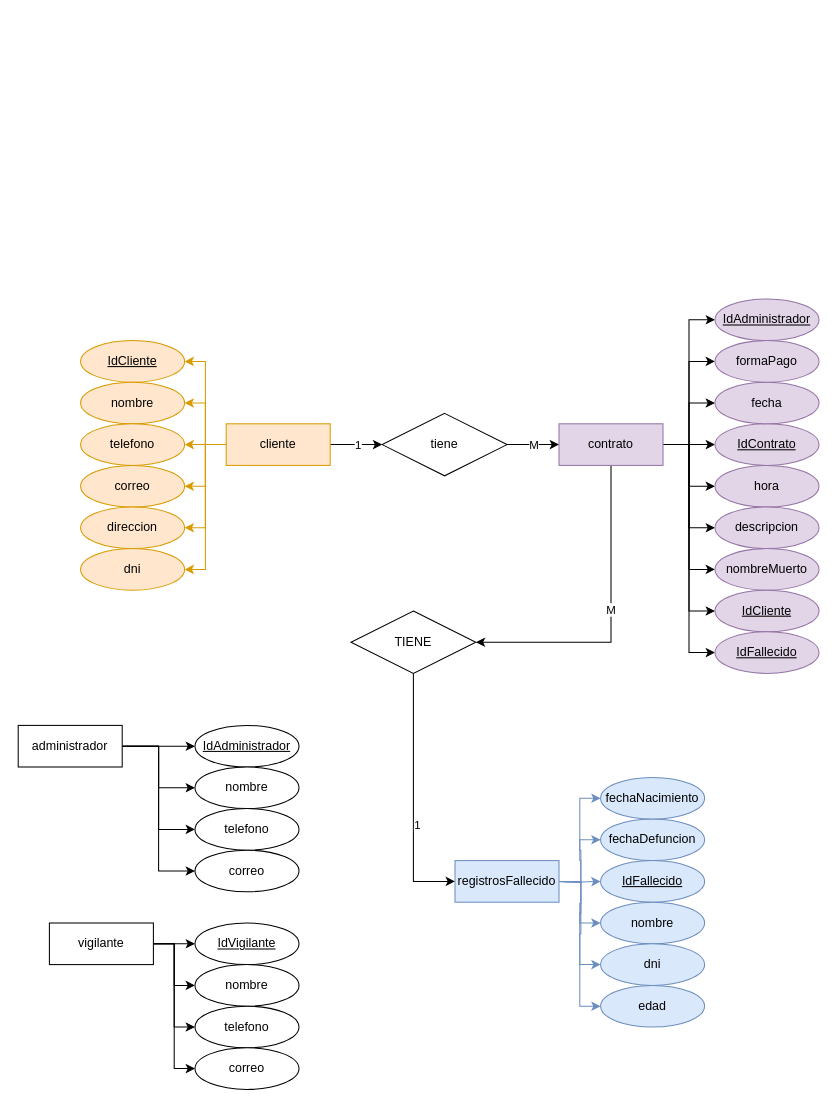
Above: cementerio.drawio in jhosue-pstr/diagrama-Bd (draw.io), before the change. Source tidied: cells renumbered, new cells numbered last; positions are measured from the earlier drawing's top-left corner, leaving out a move shared by most shapes. Both pictures are drawn from the tidied source at 104%, with x=0, y=0 at pixel (18, 298).
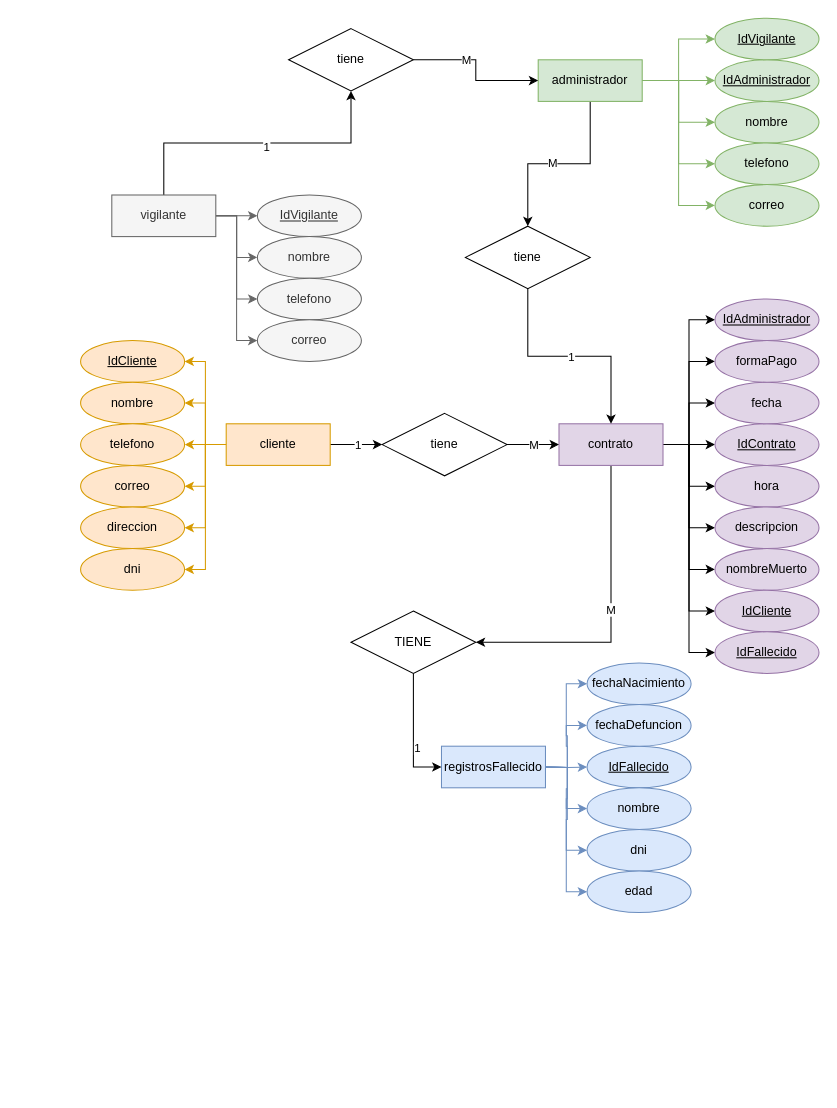
After the change.

The change refers to these unchanged cells:
```xml
<mxCell id="39" value="contrato" style="whiteSpace=wrap;html=1;align=center;fillColor=#e1d5e7;strokeColor=#9673a6;" parent="1" vertex="1">
  <mxGeometry x="520" y="120" width="100" height="40" as="geometry" />
</mxCell>
```

The edit, as a diff of the source:
```diff
@@
-    <mxCell id="11" style="edgeStyle=orthogonalEdgeStyle;rounded=0;jettySize=auto;html=1;entryX=0;entryY=0.5;entryDx=0;entryDy=0;" parent="1" edge="1" source="15" target="66">
+    <mxCell id="11" style="edgeStyle=orthogonalEdgeStyle;rounded=0;jettySize=auto;html=1;entryX=0;entryY=0.5;entryDx=0;entryDy=0;fillColor=#d5e8d4;strokeColor=#82b366;" parent="1" edge="1" source="15" target="66">
       <mxGeometry relative="1" as="geometry" />
     </mxCell>
-    <mxCell id="12" style="edgeStyle=orthogonalEdgeStyle;rounded=0;jettySize=auto;html=1;entryX=0;entryY=0.5;entryDx=0;entryDy=0;" parent="1" edge="1" source="15" target="67">
+    <mxCell id="12" style="edgeStyle=orthogonalEdgeStyle;rounded=0;jettySize=auto;html=1;entryX=0;entryY=0.5;entryDx=0;entryDy=0;fillColor=#d5e8d4;strokeColor=#82b366;" parent="1" edge="1" source="15" target="67">
       <mxGeometry relative="1" as="geometry" />
     </mxCell>
-    <mxCell id="13" style="edgeStyle=orthogonalEdgeStyle;rounded=0;jettySize=auto;html=1;entryX=0;entryY=0.5;entryDx=0;entryDy=0;" parent="1" edge="1" source="15" target="68">
+    <mxCell id="13" style="edgeStyle=orthogonalEdgeStyle;rounded=0;jettySize=auto;html=1;entryX=0;entryY=0.5;entryDx=0;entryDy=0;fillColor=#d5e8d4;strokeColor=#82b366;" parent="1" edge="1" source="15" target="68">
       <mxGeometry relative="1" as="geometry" />
     </mxCell>
-    <mxCell id="14" style="edgeStyle=orthogonalEdgeStyle;rounded=0;jettySize=auto;html=1;entryX=0;entryY=0.5;entryDx=0;entryDy=0;" parent="1" edge="1" source="15" target="69">
+    <mxCell id="14" style="edgeStyle=orthogonalEdgeStyle;rounded=0;jettySize=auto;html=1;entryX=0;entryY=0.5;entryDx=0;entryDy=0;fillColor=#d5e8d4;strokeColor=#82b366;" parent="1" edge="1" source="15" target="69">
       <mxGeometry relative="1" as="geometry" />
     </mxCell>
+    <mxCell id="75" style="edgeStyle=orthogonalEdgeStyle;rounded=0;jettySize=auto;html=1;entryX=0;entryY=0.5;entryDx=0;entryDy=0;fillColor=#d5e8d4;strokeColor=#82b366;" parent="1" edge="1" source="15" target="86">
+      <mxGeometry relative="1" as="geometry" />
+    </mxCell>
+    <mxCell id="76" style="edgeStyle=orthogonalEdgeStyle;rounded=0;jettySize=auto;html=1;entryX=0.5;entryY=0;entryDx=0;entryDy=0;" parent="1" edge="1" source="15" target="82">
+      <mxGeometry relative="1" as="geometry" />
+    </mxCell>
+    <mxCell id="77" value="M" style="edgeLabel;html=1;align=center;verticalAlign=middle;" parent="76" vertex="1">
+      <mxGeometry x="0.08" y="-1" relative="1" as="geometry" />
+    </mxCell>
-    <mxCell id="15" value="administrador" style="whiteSpace=wrap;html=1;align=center;" parent="1" vertex="1">
-      <mxGeometry y="410" width="100" height="40" as="geometry" />
+    <mxCell id="15" value="administrador" style="whiteSpace=wrap;html=1;align=center;fillColor=#d5e8d4;strokeColor=#82b366;" parent="1" vertex="1">
+      <mxGeometry x="500" y="-230" width="100" height="40" as="geometry" />
     </mxCell>
     <mxCell id="16" style="edgeStyle=orthogonalEdgeStyle;rounded=0;jettySize=auto;html=1;entryX=0;entryY=0.5;entryDx=0;entryDy=0;fillColor=#dae8fc;strokeColor=#6c8ebf;" parent="1" edge="1" target="50">
       <mxGeometry relative="1" as="geometry">
-        <mxPoint x="520" y="560" as="sourcePoint" />
+        <mxPoint x="507" y="450" as="sourcePoint" />
       </mxGeometry>
     </mxCell>
     <mxCell id="17" style="edgeStyle=orthogonalEdgeStyle;rounded=0;jettySize=auto;html=1;entryX=0;entryY=0.5;entryDx=0;entryDy=0;fillColor=#dae8fc;strokeColor=#6c8ebf;" parent="1" edge="1" target="46">
       <mxGeometry relative="1" as="geometry">
-        <mxPoint x="520" y="560" as="sourcePoint" />
+        <mxPoint x="507" y="450" as="sourcePoint" />
       </mxGeometry>
     </mxCell>
     <mxCell id="18" style="edgeStyle=orthogonalEdgeStyle;rounded=0;jettySize=auto;html=1;entryX=0;entryY=0.5;entryDx=0;entryDy=0;fillColor=#dae8fc;strokeColor=#6c8ebf;" parent="1" edge="1" target="45">
       <mxGeometry relative="1" as="geometry">
-        <mxPoint x="520" y="560" as="sourcePoint" />
+        <mxPoint x="507" y="450" as="sourcePoint" />
       </mxGeometry>
     </mxCell>
     <mxCell id="19" style="edgeStyle=orthogonalEdgeStyle;rounded=0;jettySize=auto;html=1;entryX=0;entryY=0.5;entryDx=0;entryDy=0;fillColor=#dae8fc;strokeColor=#6c8ebf;" parent="1" edge="1" target="47">
       <mxGeometry relative="1" as="geometry">
-        <mxPoint x="520" y="560" as="sourcePoint" />
+        <mxPoint x="507" y="450" as="sourcePoint" />
       </mxGeometry>
     </mxCell>
     <mxCell id="20" style="edgeStyle=orthogonalEdgeStyle;rounded=0;jettySize=auto;html=1;entryX=0;entryY=0.5;entryDx=0;entryDy=0;fillColor=#dae8fc;strokeColor=#6c8ebf;" parent="1" edge="1" target="49">
       <mxGeometry relative="1" as="geometry">
-        <mxPoint x="520" y="560" as="sourcePoint" />
+        <mxPoint x="507" y="450" as="sourcePoint" />
       </mxGeometry>
     </mxCell>
     <mxCell id="21" style="edgeStyle=orthogonalEdgeStyle;rounded=0;jettySize=auto;html=1;entryX=0;entryY=0.5;entryDx=0;entryDy=0;fillColor=#dae8fc;strokeColor=#6c8ebf;" parent="1" edge="1" target="51">
       <mxGeometry relative="1" as="geometry">
-        <mxPoint x="520" y="560" as="sourcePoint" />
+        <mxPoint x="507" y="450" as="sourcePoint" />
       </mxGeometry>
     </mxCell>
     <mxCell id="22" value="registrosFallecido" style="whiteSpace=wrap;html=1;align=center;fillColor=#dae8fc;strokeColor=#6c8ebf;" parent="1" vertex="1">
-      <mxGeometry x="420" y="540" width="100" height="40" as="geometry" />
+      <mxGeometry x="407" y="430" width="100" height="40" as="geometry" />
     </mxCell>
-    <mxCell id="23" style="edgeStyle=orthogonalEdgeStyle;rounded=0;jettySize=auto;html=1;entryX=0;entryY=0.5;entryDx=0;entryDy=0;" parent="1" edge="1" source="27" target="71">
+    <mxCell id="23" style="edgeStyle=orthogonalEdgeStyle;rounded=0;jettySize=auto;html=1;entryX=0;entryY=0.5;entryDx=0;entryDy=0;fillColor=#f5f5f5;strokeColor=#666666;" parent="1" edge="1" source="27" target="71">
       <mxGeometry relative="1" as="geometry" />
     </mxCell>
-    <mxCell id="24" style="edgeStyle=orthogonalEdgeStyle;rounded=0;jettySize=auto;html=1;entryX=0;entryY=0.5;entryDx=0;entryDy=0;" parent="1" edge="1" source="27" target="72">
+    <mxCell id="24" style="edgeStyle=orthogonalEdgeStyle;rounded=0;jettySize=auto;html=1;entryX=0;entryY=0.5;entryDx=0;entryDy=0;fillColor=#f5f5f5;strokeColor=#666666;" parent="1" edge="1" source="27" target="72">
       <mxGeometry relative="1" as="geometry" />
     </mxCell>
-    <mxCell id="25" style="edgeStyle=orthogonalEdgeStyle;rounded=0;jettySize=auto;html=1;entryX=0;entryY=0.5;entryDx=0;entryDy=0;" parent="1" edge="1" source="27" target="73">
+    <mxCell id="25" style="edgeStyle=orthogonalEdgeStyle;rounded=0;jettySize=auto;html=1;entryX=0;entryY=0.5;entryDx=0;entryDy=0;fillColor=#f5f5f5;strokeColor=#666666;" parent="1" edge="1" source="27" target="73">
       <mxGeometry relative="1" as="geometry" />
     </mxCell>
-    <mxCell id="26" style="edgeStyle=orthogonalEdgeStyle;rounded=0;jettySize=auto;html=1;entryX=0;entryY=0.5;entryDx=0;entryDy=0;" parent="1" edge="1" source="27" target="74">
+    <mxCell id="26" style="edgeStyle=orthogonalEdgeStyle;rounded=0;jettySize=auto;html=1;entryX=0;entryY=0.5;entryDx=0;entryDy=0;fillColor=#f5f5f5;strokeColor=#666666;" parent="1" edge="1" source="27" target="74">
       <mxGeometry relative="1" as="geometry" />
     </mxCell>
+    <mxCell id="78" style="edgeStyle=orthogonalEdgeStyle;rounded=0;jettySize=auto;html=1;entryX=0.5;entryY=1;entryDx=0;entryDy=0;" parent="1" edge="1" source="27" target="85">
+      <mxGeometry relative="1" as="geometry">
+        <Array as="points">
+          <mxPoint x="140" y="-150" />
+          <mxPoint x="320" y="-150" />
+        </Array>
+      </mxGeometry>
+    </mxCell>
+    <mxCell id="79" value="1" style="edgeLabel;html=1;align=center;verticalAlign=middle;" parent="78" vertex="1">
+      <mxGeometry x="0.06" y="-3" relative="1" as="geometry" />
+    </mxCell>
-    <mxCell id="27" value="vigilante" style="whiteSpace=wrap;html=1;align=center;" parent="1" vertex="1">
-      <mxGeometry x="30" y="600" width="100" height="40" as="geometry" />
+    <mxCell id="27" value="vigilante" style="whiteSpace=wrap;html=1;align=center;fillColor=#f5f5f5;strokeColor=#666666;fontColor=#333333;" parent="1" vertex="1">
+      <mxGeometry x="90" y="-100" width="100" height="40" as="geometry" />
     </mxCell>
@@
     <mxCell id="45" value="IdFallecido" style="ellipse;whiteSpace=wrap;html=1;align=center;fontStyle=4;fillColor=#dae8fc;strokeColor=#6c8ebf;" parent="1" vertex="1">
-      <mxGeometry x="560" y="540" width="100" height="40" as="geometry" />
+      <mxGeometry x="547" y="430" width="100" height="40" as="geometry" />
     </mxCell>
     <mxCell id="46" value="fechaDefuncion" style="ellipse;whiteSpace=wrap;html=1;align=center;fillColor=#dae8fc;strokeColor=#6c8ebf;" parent="1" vertex="1">
-      <mxGeometry x="560" y="500" width="100" height="40" as="geometry" />
+      <mxGeometry x="547" y="390" width="100" height="40" as="geometry" />
     </mxCell>
     <mxCell id="47" value="nombre" style="ellipse;whiteSpace=wrap;html=1;align=center;fillColor=#dae8fc;strokeColor=#6c8ebf;" parent="1" vertex="1">
-      <mxGeometry x="560" y="580" width="100" height="40" as="geometry" />
+      <mxGeometry x="547" y="470" width="100" height="40" as="geometry" />
     </mxCell>
@@
     <mxCell id="49" value="dni" style="ellipse;whiteSpace=wrap;html=1;align=center;fillColor=#dae8fc;strokeColor=#6c8ebf;" parent="1" vertex="1">
-      <mxGeometry x="560" y="620" width="100" height="40" as="geometry" />
+      <mxGeometry x="547" y="510" width="100" height="40" as="geometry" />
     </mxCell>
     <mxCell id="50" value="fechaNacimiento" style="ellipse;whiteSpace=wrap;html=1;align=center;fillColor=#dae8fc;strokeColor=#6c8ebf;" parent="1" vertex="1">
-      <mxGeometry x="560" y="460" width="100" height="40" as="geometry" />
+      <mxGeometry x="547" y="350" width="100" height="40" as="geometry" />
     </mxCell>
     <mxCell id="51" value="edad" style="ellipse;whiteSpace=wrap;html=1;align=center;fillColor=#dae8fc;strokeColor=#6c8ebf;" parent="1" vertex="1">
-      <mxGeometry x="560" y="660" width="100" height="40" as="geometry" />
+      <mxGeometry x="547" y="550" width="100" height="40" as="geometry" />
     </mxCell>
@@
-    <mxCell id="66" value="IdAdministrador" style="ellipse;whiteSpace=wrap;html=1;align=center;fontStyle=4;" parent="1" vertex="1">
-      <mxGeometry x="170" y="410" width="100" height="40" as="geometry" />
+    <mxCell id="66" value="IdAdministrador" style="ellipse;whiteSpace=wrap;html=1;align=center;fontStyle=4;fillColor=#d5e8d4;strokeColor=#82b366;" parent="1" vertex="1">
+      <mxGeometry x="670" y="-230" width="100" height="40" as="geometry" />
     </mxCell>
-    <mxCell id="67" value="nombre" style="ellipse;whiteSpace=wrap;html=1;align=center;" parent="1" vertex="1">
-      <mxGeometry x="170" y="450" width="100" height="40" as="geometry" />
+    <mxCell id="67" value="nombre" style="ellipse;whiteSpace=wrap;html=1;align=center;fillColor=#d5e8d4;strokeColor=#82b366;" parent="1" vertex="1">
+      <mxGeometry x="670" y="-190" width="100" height="40" as="geometry" />
     </mxCell>
-    <mxCell id="68" value="telefono" style="ellipse;whiteSpace=wrap;html=1;align=center;" parent="1" vertex="1">
-      <mxGeometry x="170" y="490" width="100" height="40" as="geometry" />
+    <mxCell id="68" value="telefono" style="ellipse;whiteSpace=wrap;html=1;align=center;fillColor=#d5e8d4;strokeColor=#82b366;" parent="1" vertex="1">
+      <mxGeometry x="670" y="-150" width="100" height="40" as="geometry" />
     </mxCell>
-    <mxCell id="69" value="correo" style="ellipse;whiteSpace=wrap;html=1;align=center;" parent="1" vertex="1">
-      <mxGeometry x="170" y="530" width="100" height="40" as="geometry" />
+    <mxCell id="69" value="correo" style="ellipse;whiteSpace=wrap;html=1;align=center;fillColor=#d5e8d4;strokeColor=#82b366;" parent="1" vertex="1">
+      <mxGeometry x="670" y="-110" width="100" height="40" as="geometry" />
     </mxCell>
@@
-    <mxCell id="71" value="IdVigilante" style="ellipse;whiteSpace=wrap;html=1;align=center;fontStyle=4;" parent="1" vertex="1">
-      <mxGeometry x="170" y="600" width="100" height="40" as="geometry" />
+    <mxCell id="71" value="IdVigilante" style="ellipse;whiteSpace=wrap;html=1;align=center;fontStyle=4;fillColor=#f5f5f5;strokeColor=#666666;fontColor=#333333;" parent="1" vertex="1">
+      <mxGeometry x="230" y="-100" width="100" height="40" as="geometry" />
     </mxCell>
-    <mxCell id="72" value="nombre" style="ellipse;whiteSpace=wrap;html=1;align=center;" parent="1" vertex="1">
-      <mxGeometry x="170" y="640" width="100" height="40" as="geometry" />
+    <mxCell id="72" value="nombre" style="ellipse;whiteSpace=wrap;html=1;align=center;fillColor=#f5f5f5;strokeColor=#666666;fontColor=#333333;" parent="1" vertex="1">
+      <mxGeometry x="230" y="-60" width="100" height="40" as="geometry" />
     </mxCell>
-    <mxCell id="73" value="telefono" style="ellipse;whiteSpace=wrap;html=1;align=center;" parent="1" vertex="1">
-      <mxGeometry x="170" y="680" width="100" height="40" as="geometry" />
+    <mxCell id="73" value="telefono" style="ellipse;whiteSpace=wrap;html=1;align=center;fillColor=#f5f5f5;strokeColor=#666666;fontColor=#333333;" parent="1" vertex="1">
+      <mxGeometry x="230" y="-20" width="100" height="40" as="geometry" />
     </mxCell>
-    <mxCell id="74" value="correo" style="ellipse;whiteSpace=wrap;html=1;align=center;" parent="1" vertex="1">
-      <mxGeometry x="170" y="720" width="100" height="40" as="geometry" />
+    <mxCell id="74" value="correo" style="ellipse;whiteSpace=wrap;html=1;align=center;fillColor=#f5f5f5;strokeColor=#666666;fontColor=#333333;" parent="1" vertex="1">
+      <mxGeometry x="230" y="20" width="100" height="40" as="geometry" />
     </mxCell>
+    <mxCell id="80" style="edgeStyle=orthogonalEdgeStyle;rounded=0;jettySize=auto;html=1;" parent="1" edge="1" source="82" target="39">
+      <mxGeometry relative="1" as="geometry" />
+    </mxCell>
+    <mxCell id="81" value="1" style="edgeLabel;html=1;align=center;verticalAlign=middle;" parent="80" vertex="1">
+      <mxGeometry x="0.01" relative="1" as="geometry" />
+    </mxCell>
+    <mxCell id="82" value="tiene" style="shape=rhombus;perimeter=rhombusPerimeter;whiteSpace=wrap;html=1;align=center;" parent="1" vertex="1">
+      <mxGeometry x="430" y="-70" width="120" height="60" as="geometry" />
+    </mxCell>
+    <mxCell id="83" style="edgeStyle=orthogonalEdgeStyle;rounded=0;jettySize=auto;html=1;entryX=0;entryY=0.5;entryDx=0;entryDy=0;" parent="1" edge="1" source="85" target="15">
+      <mxGeometry relative="1" as="geometry" />
+    </mxCell>
+    <mxCell id="84" value="M" style="edgeLabel;html=1;align=center;verticalAlign=middle;" parent="83" vertex="1">
+      <mxGeometry x="-0.22" y="-2" relative="1" as="geometry">
+        <mxPoint x="-5" y="-2" as="offset" />
+      </mxGeometry>
+    </mxCell>
+    <mxCell id="85" value="tiene" style="shape=rhombus;perimeter=rhombusPerimeter;whiteSpace=wrap;html=1;align=center;" parent="1" vertex="1">
+      <mxGeometry x="260" y="-260" width="120" height="60" as="geometry" />
+    </mxCell>
+    <mxCell id="86" value="IdVigilante" style="ellipse;whiteSpace=wrap;html=1;align=center;fontStyle=4;fillColor=#d5e8d4;strokeColor=#82b366;" parent="1" vertex="1">
+      <mxGeometry x="670" y="-270" width="100" height="40" as="geometry" />
+    </mxCell>
```
